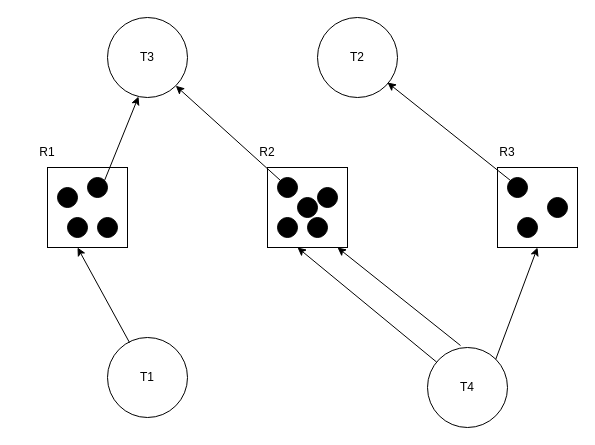
huyle84/diagrams keeps this draw.io diagram as RAGs.drawio. Above is the earlier version. Source tidied: cells renumbered, new cells numbered last; positions are measured from the earlier drawing's top-left corner, leaving out a move shared by most shapes. Both pictures are drawn from the tidied source at 100%, with x=0, y=0 at pixel (17, 17).
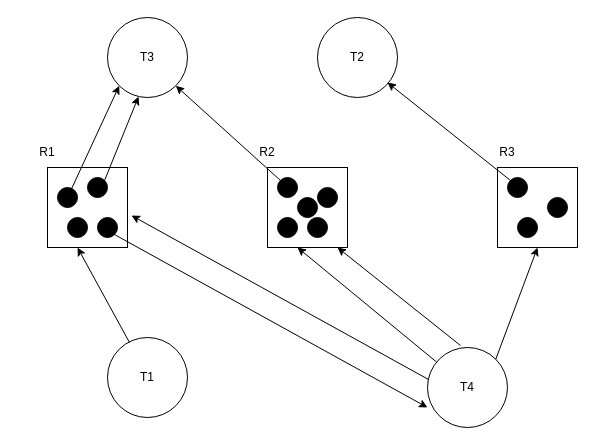
After the change.

Unchanged cells that the change refers to:
```xml
<mxCell id="3" style="whiteSpace=wrap;html=1;" parent="1" vertex="1">
  <mxGeometry x="30" y="150" width="80" height="80" as="geometry" />
</mxCell>
<mxCell id="5" value="T3" style="ellipse;whiteSpace=wrap;html=1;" parent="1" vertex="1">
  <mxGeometry x="90" width="80" height="80" as="geometry" />
</mxCell>
<mxCell id="8" value="T4" style="ellipse;whiteSpace=wrap;html=1;" parent="1" vertex="1">
  <mxGeometry x="410" y="330" width="80" height="80" as="geometry" />
</mxCell>
<mxCell id="12" style="ellipse;whiteSpace=wrap;html=1;fillColor=#000000;" parent="1" vertex="1">
  <mxGeometry x="80" y="200" width="20" height="20" as="geometry" />
</mxCell>
```

What changed in the source:
```diff
@@
+    <mxCell id="31" style="endArrow=classic;html=1;rounded=0;entryX=0;entryY=1;entryDx=0;entryDy=0;exitX=1;exitY=0;exitDx=0;exitDy=0;" parent="1" edge="1" target="5">
+      <mxGeometry relative="1" as="geometry">
+        <mxPoint x="50" y="180" as="sourcePoint" />
+      </mxGeometry>
+    </mxCell>
+    <mxCell id="32" style="endArrow=classic;html=1;rounded=0;entryX=1.05;entryY=0.6;entryDx=0;entryDy=0;entryPerimeter=0;exitX=0.013;exitY=0.4;exitDx=0;exitDy=0;exitPerimeter=0;" parent="1" edge="1" source="8" target="3">
+      <mxGeometry relative="1" as="geometry" />
+    </mxCell>
+    <mxCell id="33" style="endArrow=classic;html=1;rounded=0;entryX=0;entryY=0.75;entryDx=0;entryDy=0;entryPerimeter=0;exitX=1;exitY=1;exitDx=0;exitDy=0;" parent="1" edge="1" source="12" target="8">
+      <mxGeometry relative="1" as="geometry" />
+    </mxCell>
```
